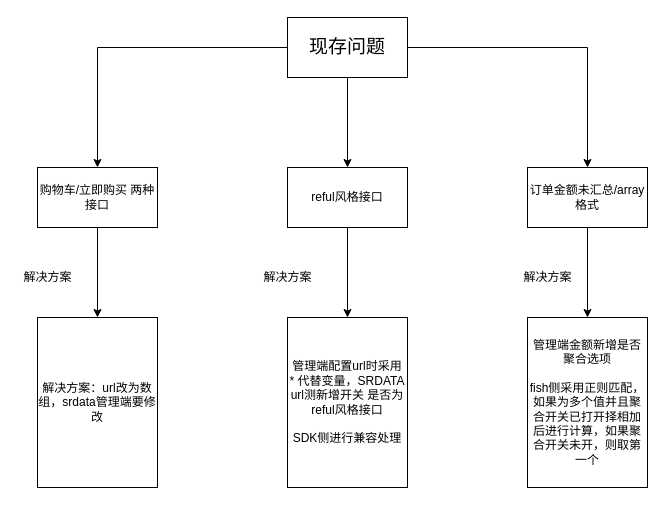
The draw.io diagram cyou/未命名绘图.drawio in EdenStrive/Internship, before the edit. Source tidied: cells renumbered, new cells numbered last; positions are measured from the earlier drawing's top-left corner, leaving out a move shared by most shapes. Both pictures are drawn from the tidied source at 100%, with x=0, y=0 at pixel (17, 17).
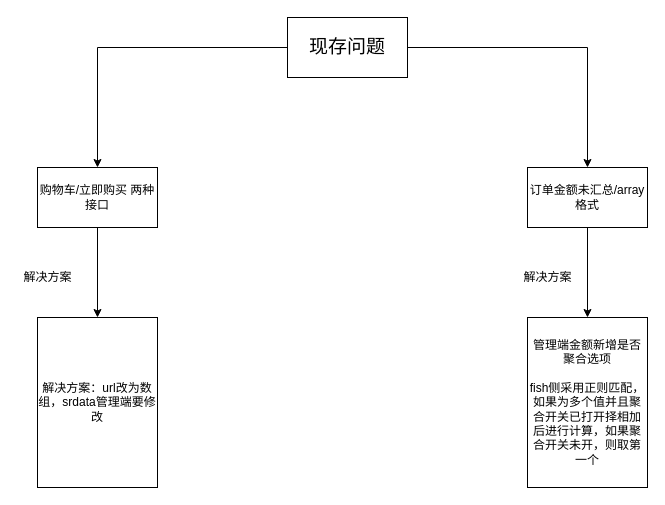
Above is the later version.

Commit message:
更新未命名绘图.drawio

Change to the diagram source:
```diff
@@
 <mxGraphModel>
   <root>
     <mxCell id="0" />
     <mxCell id="1" parent="0" />
     <mxCell id="2" style="edgeStyle=orthogonalEdgeStyle;rounded=0;jettySize=auto;html=1;entryX=0.5;entryY=0;entryDx=0;entryDy=0;" parent="1" edge="1" source="5" target="7">
       <mxGeometry relative="1" as="geometry" />
     </mxCell>
-    <mxCell id="3" style="edgeStyle=orthogonalEdgeStyle;rounded=0;jettySize=auto;html=1;entryX=0.5;entryY=0;entryDx=0;entryDy=0;" parent="1" edge="1" source="5" target="9">
-      <mxGeometry relative="1" as="geometry" />
-    </mxCell>
     <mxCell id="4" style="edgeStyle=orthogonalEdgeStyle;rounded=0;jettySize=auto;html=1;exitX=1;exitY=0.5;exitDx=0;exitDy=0;entryX=0.5;entryY=0;entryDx=0;entryDy=0;" parent="1" edge="1" source="5" target="11">
       <mxGeometry relative="1" as="geometry" />
     </mxCell>
     <mxCell id="5" value="&lt;p&gt;&lt;font style=&quot;font-size: 19px&quot;&gt;现存问题&lt;/font&gt;&lt;/p&gt;" style="rounded=0;whiteSpace=wrap;html=1;" parent="1" vertex="1">
       <mxGeometry x="270" width="120" height="60" as="geometry" />
     </mxCell>
     <mxCell id="6" style="edgeStyle=orthogonalEdgeStyle;rounded=0;jettySize=auto;html=1;entryX=0.5;entryY=0;entryDx=0;entryDy=0;" parent="1" edge="1" source="7" target="15">
       <mxGeometry relative="1" as="geometry" />
     </mxCell>
     <mxCell id="7" value="购物车/立即购买 两种接口" style="rounded=0;whiteSpace=wrap;html=1;" parent="1" vertex="1">
       <mxGeometry x="20" y="150" width="120" height="60" as="geometry" />
     </mxCell>
-    <mxCell id="8" style="edgeStyle=orthogonalEdgeStyle;rounded=0;jettySize=auto;html=1;entryX=0.5;entryY=0;entryDx=0;entryDy=0;" parent="1" edge="1" source="9" target="12">
-      <mxGeometry relative="1" as="geometry" />
-    </mxCell>
-    <mxCell id="9" value="reful风格接口" style="rounded=0;whiteSpace=wrap;html=1;" parent="1" vertex="1">
-      <mxGeometry x="270" y="150" width="120" height="60" as="geometry" />
-    </mxCell>
     <mxCell id="10" style="edgeStyle=orthogonalEdgeStyle;rounded=0;jettySize=auto;html=1;entryX=0.5;entryY=0;entryDx=0;entryDy=0;" parent="1" edge="1" source="11" target="14">
       <mxGeometry relative="1" as="geometry" />
     </mxCell>
     <mxCell id="11" value="订单金额未汇总/array格式" style="rounded=0;whiteSpace=wrap;html=1;" parent="1" vertex="1">
       <mxGeometry x="510" y="150" width="120" height="60" as="geometry" />
     </mxCell>
-    <mxCell id="12" value="管理端配置url时采用&lt;br&gt;* 代替变量，SRDATA url测新增开关 是否为reful风格接口&lt;br&gt;&lt;br&gt;SDK侧进行兼容处理" style="rounded=0;whiteSpace=wrap;html=1;" parent="1" vertex="1">
-      <mxGeometry x="270" y="300" width="120" height="170" as="geometry" />
-    </mxCell>
-    <mxCell id="13" value="解决方案" style="text;html=1;align=center;verticalAlign=middle;strokeColor=none;" parent="1" vertex="1">
-      <mxGeometry x="240" y="250" width="60" height="20" as="geometry" />
-    </mxCell>
     <mxCell id="14" value="管理端金额新增是否聚合选项&lt;br&gt;&lt;br&gt;fish侧采用正则匹配，如果为多个值并且聚合开关已打开择相加后进行计算，如果聚合开关未开，则取第一个" style="whiteSpace=wrap;html=1;" parent="1" vertex="1">
       <mxGeometry x="510" y="300" width="120" height="170" as="geometry" />
     </mxCell>
     <mxCell id="15" value="解决方案：url改为数组，srdata管理端要修改" style="whiteSpace=wrap;html=1;" parent="1" vertex="1">
       <mxGeometry x="20" y="300" width="120" height="170" as="geometry" />
     </mxCell>
     <mxCell id="16" value="解决方案" style="text;html=1;align=center;verticalAlign=middle;strokeColor=none;" parent="1" vertex="1">
       <mxGeometry y="250" width="60" height="20" as="geometry" />
     </mxCell>
     <mxCell id="17" value="解决方案" style="text;html=1;align=center;verticalAlign=middle;strokeColor=none;" parent="1" vertex="1">
       <mxGeometry x="500" y="250" width="60" height="20" as="geometry" />
     </mxCell>
   </root>
 </mxGraphModel>
```
